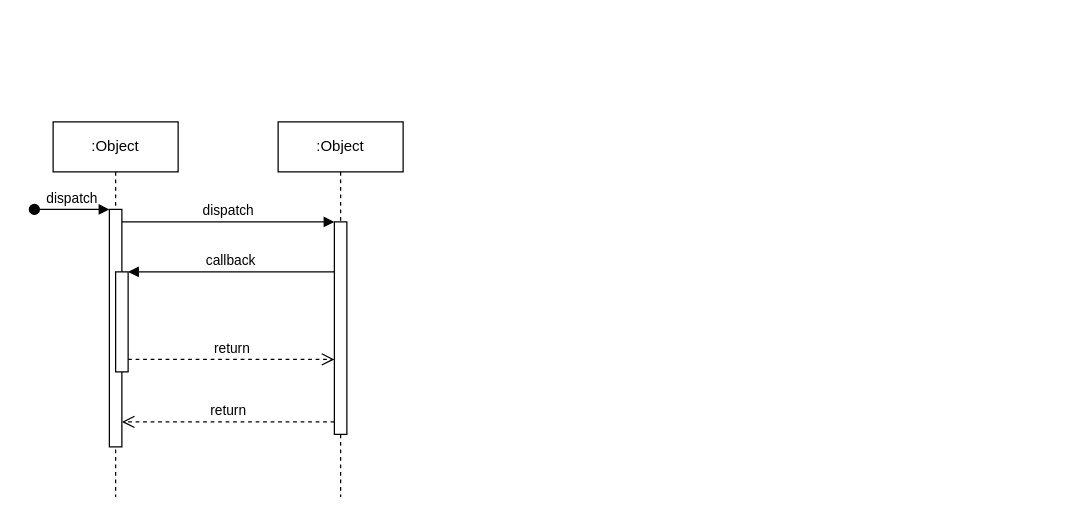
MoonBall/app.diagrams.net keeps this draw.io diagram as 未命名绘图.drawio. Above is the earlier version. Source tidied: cells renumbered, new cells numbered last; positions are measured from the earlier drawing's top-left corner, leaving out a move shared by most shapes. Both pictures are drawn from the tidied source at 125%, with x=0, y=0 at pixel (34, 121).
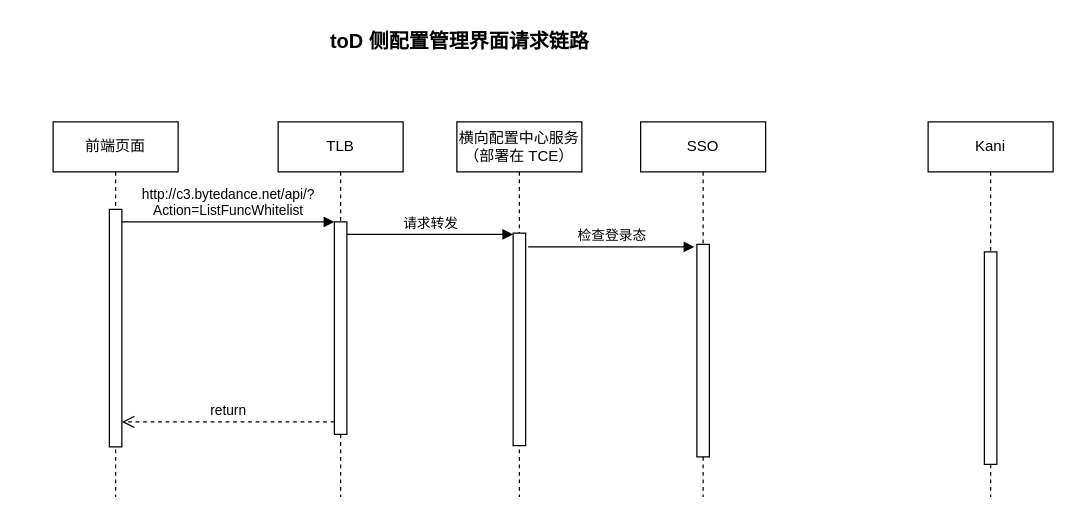
Above is the later version.

Commit message:
toD 侧配置管理界面请求链路图.drawio

The change refers to these unchanged cells:
```xml
<mxCell id="7" style="html=1;points=[];perimeter=orthogonalPerimeter;outlineConnect=0;targetShapes=umlLifeline;portConstraint=eastwest;newEdgeStyle={&quot;edgeStyle&quot;:&quot;elbowEdgeStyle&quot;,&quot;elbow&quot;:&quot;vertical&quot;,&quot;curved&quot;:0,&quot;rounded&quot;:0};" parent="6" vertex="1">
  <mxGeometry x="45" y="80" width="10" height="170" as="geometry" />
</mxCell>
```

Change to the diagram source:
```diff
@@
-    <mxCell id="2" value=":Object" style="shape=umlLifeline;perimeter=lifelinePerimeter;whiteSpace=wrap;html=1;newEdgeStyle={&quot;edgeStyle&quot;:&quot;elbowEdgeStyle&quot;,&quot;elbow&quot;:&quot;vertical&quot;,&quot;curved&quot;:0,&quot;rounded&quot;:0};" parent="1" vertex="1">
-      <mxGeometry x="15" width="100" height="300" as="geometry" />
-    </mxCell>
-    <mxCell id="3" style="html=1;points=[];perimeter=orthogonalPerimeter;outlineConnect=0;targetShapes=umlLifeline;portConstraint=eastwest;newEdgeStyle={&quot;edgeStyle&quot;:&quot;elbowEdgeStyle&quot;,&quot;elbow&quot;:&quot;vertical&quot;,&quot;curved&quot;:0,&quot;rounded&quot;:0};" parent="2" vertex="1">
-      <mxGeometry x="45" y="70" width="10" height="190" as="geometry" />
-    </mxCell>
-    <mxCell id="4" value="dispatch" style="html=1;verticalAlign=bottom;startArrow=oval;endArrow=block;startSize=8;edgeStyle=elbowEdgeStyle;elbow=vertical;curved=0;rounded=0;" parent="2" edge="1" target="3">
-      <mxGeometry relative="1" as="geometry">
-        <mxPoint x="-15" y="70" as="sourcePoint" />
-      </mxGeometry>
-    </mxCell>
-    <mxCell id="5" style="html=1;points=[];perimeter=orthogonalPerimeter;outlineConnect=0;targetShapes=umlLifeline;portConstraint=eastwest;newEdgeStyle={&quot;edgeStyle&quot;:&quot;elbowEdgeStyle&quot;,&quot;elbow&quot;:&quot;vertical&quot;,&quot;curved&quot;:0,&quot;rounded&quot;:0};" parent="2" vertex="1">
-      <mxGeometry x="50" y="120" width="10" height="80" as="geometry" />
-    </mxCell>
-    <mxCell id="6" value=":Object" style="shape=umlLifeline;perimeter=lifelinePerimeter;whiteSpace=wrap;html=1;newEdgeStyle={&quot;edgeStyle&quot;:&quot;elbowEdgeStyle&quot;,&quot;elbow&quot;:&quot;vertical&quot;,&quot;curved&quot;:0,&quot;rounded&quot;:0};" parent="1" vertex="1">
+    <mxCell id="6" value="TLB" style="shape=umlLifeline;perimeter=lifelinePerimeter;whiteSpace=wrap;html=1;newEdgeStyle={&quot;edgeStyle&quot;:&quot;elbowEdgeStyle&quot;,&quot;elbow&quot;:&quot;vertical&quot;,&quot;curved&quot;:0,&quot;rounded&quot;:0};" parent="1" vertex="1">
       <mxGeometry x="195" width="100" height="300" as="geometry" />
     </mxCell>
@@
-    <mxCell id="8" value="dispatch" style="html=1;verticalAlign=bottom;endArrow=block;edgeStyle=elbowEdgeStyle;elbow=vertical;curved=0;rounded=0;" parent="1" edge="1" source="3" target="7">
+    <mxCell id="8" value="http://c3.bytedance.net/api/?&lt;br&gt;Action=ListFuncWhitelist" style="html=1;verticalAlign=bottom;endArrow=block;edgeStyle=elbowEdgeStyle;elbow=horizontal;curved=0;rounded=0;" parent="1" edge="1" source="3" target="7">
       <mxGeometry relative="1" as="geometry">
         <Array as="points">
           <mxPoint x="155" y="80" />
         </Array>
       </mxGeometry>
     </mxCell>
@@
-    <mxCell id="10" value="callback" style="html=1;verticalAlign=bottom;endArrow=block;edgeStyle=elbowEdgeStyle;elbow=vertical;curved=0;rounded=0;" parent="1" edge="1" source="7" target="5">
-      <mxGeometry relative="1" as="geometry">
-        <Array as="points">
-          <mxPoint x="165" y="120" />
-        </Array>
-      </mxGeometry>
-    </mxCell>
-    <mxCell id="11" value="return" style="html=1;verticalAlign=bottom;endArrow=open;dashed=1;endSize=8;edgeStyle=elbowEdgeStyle;elbow=vertical;curved=0;rounded=0;" parent="1" edge="1" source="5" target="7">
-      <mxGeometry relative="1" as="geometry">
-        <Array as="points">
-          <mxPoint x="155" y="190" />
-        </Array>
-      </mxGeometry>
-    </mxCell>
+    <mxCell id="12" value="toD 侧配置管理界面请求链路" style="text;html=1;align=center;verticalAlign=middle;strokeColor=none;fillColor=none;fontStyle=1;fontSize=16;fontFamily=Helvetica;" parent="1" vertex="1">
+      <mxGeometry x="225" y="-80" width="230" height="30" as="geometry" />
+    </mxCell>
+    <mxCell id="2" value="前端页面" style="shape=umlLifeline;perimeter=lifelinePerimeter;whiteSpace=wrap;html=1;newEdgeStyle={&quot;edgeStyle&quot;:&quot;elbowEdgeStyle&quot;,&quot;elbow&quot;:&quot;vertical&quot;,&quot;curved&quot;:0,&quot;rounded&quot;:0};" parent="1" vertex="1">
+      <mxGeometry x="15" width="100" height="300" as="geometry" />
+    </mxCell>
+    <mxCell id="3" style="html=1;points=[];perimeter=orthogonalPerimeter;outlineConnect=0;targetShapes=umlLifeline;portConstraint=eastwest;newEdgeStyle={&quot;edgeStyle&quot;:&quot;elbowEdgeStyle&quot;,&quot;elbow&quot;:&quot;vertical&quot;,&quot;curved&quot;:0,&quot;rounded&quot;:0};" parent="2" vertex="1">
+      <mxGeometry x="45" y="70" width="10" height="190" as="geometry" />
+    </mxCell>
+    <mxCell id="13" value="横向配置中心服务&lt;br&gt;（部署在 TCE）" style="shape=umlLifeline;perimeter=lifelinePerimeter;whiteSpace=wrap;html=1;newEdgeStyle={&quot;edgeStyle&quot;:&quot;elbowEdgeStyle&quot;,&quot;elbow&quot;:&quot;vertical&quot;,&quot;curved&quot;:0,&quot;rounded&quot;:0};" parent="1" vertex="1">
+      <mxGeometry x="338" width="100" height="300" as="geometry" />
+    </mxCell>
+    <mxCell id="14" style="html=1;points=[];perimeter=orthogonalPerimeter;outlineConnect=0;targetShapes=umlLifeline;portConstraint=eastwest;newEdgeStyle={&quot;edgeStyle&quot;:&quot;elbowEdgeStyle&quot;,&quot;elbow&quot;:&quot;vertical&quot;,&quot;curved&quot;:0,&quot;rounded&quot;:0};" parent="13" vertex="1">
+      <mxGeometry x="45" y="89" width="10" height="170" as="geometry" />
+    </mxCell>
+    <mxCell id="15" value="SSO" style="shape=umlLifeline;perimeter=lifelinePerimeter;whiteSpace=wrap;html=1;newEdgeStyle={&quot;edgeStyle&quot;:&quot;elbowEdgeStyle&quot;,&quot;elbow&quot;:&quot;vertical&quot;,&quot;curved&quot;:0,&quot;rounded&quot;:0};" parent="1" vertex="1">
+      <mxGeometry x="485" width="100" height="300" as="geometry" />
+    </mxCell>
+    <mxCell id="16" style="html=1;perimeter=orthogonalPerimeter;targetShapes=umlLifeline;newEdgeStyle={&quot;edgeStyle&quot;:&quot;elbowEdgeStyle&quot;,&quot;elbow&quot;:&quot;vertical&quot;,&quot;curved&quot;:0,&quot;rounded&quot;:0};" parent="15" vertex="1">
+      <mxGeometry x="45" y="98" width="10" height="170" as="geometry" />
+    </mxCell>
+    <mxCell id="17" value="Kani" style="shape=umlLifeline;perimeter=lifelinePerimeter;whiteSpace=wrap;html=1;newEdgeStyle={&quot;edgeStyle&quot;:&quot;elbowEdgeStyle&quot;,&quot;elbow&quot;:&quot;vertical&quot;,&quot;curved&quot;:0,&quot;rounded&quot;:0};" parent="1" vertex="1">
+      <mxGeometry x="715" width="100" height="300" as="geometry" />
+    </mxCell>
+    <mxCell id="18" style="html=1;perimeter=orthogonalPerimeter;targetShapes=umlLifeline;newEdgeStyle={&quot;edgeStyle&quot;:&quot;elbowEdgeStyle&quot;,&quot;elbow&quot;:&quot;vertical&quot;,&quot;curved&quot;:0,&quot;rounded&quot;:0};" parent="17" vertex="1">
+      <mxGeometry x="45" y="104" width="10" height="170" as="geometry" />
+    </mxCell>
+    <mxCell id="19" value="请求转发" style="html=1;verticalAlign=bottom;endArrow=block;edgeStyle=elbowEdgeStyle;elbow=horizontal;curved=0;rounded=0;" parent="1" edge="1" source="7" target="14">
+      <mxGeometry relative="1" as="geometry">
+        <Array as="points">
+          <mxPoint x="275" y="90" />
+          <mxPoint x="355" y="80" />
+          <mxPoint x="340" y="120" />
+        </Array>
+      </mxGeometry>
+    </mxCell>
+    <mxCell id="20" value="检查登录态" style="html=1;verticalAlign=bottom;endArrow=block;edgeStyle=elbowEdgeStyle;elbow=horizontal;curved=0;rounded=0;" parent="1" edge="1">
+      <mxGeometry relative="1" as="geometry">
+        <mxPoint x="395" y="100" as="sourcePoint" />
+        <mxPoint x="528" y="100" as="targetPoint" />
+        <Array as="points">
+          <mxPoint x="420" y="100" />
+          <mxPoint x="500" y="90" />
+          <mxPoint x="485" y="130" />
+        </Array>
+      </mxGeometry>
+    </mxCell>
```
